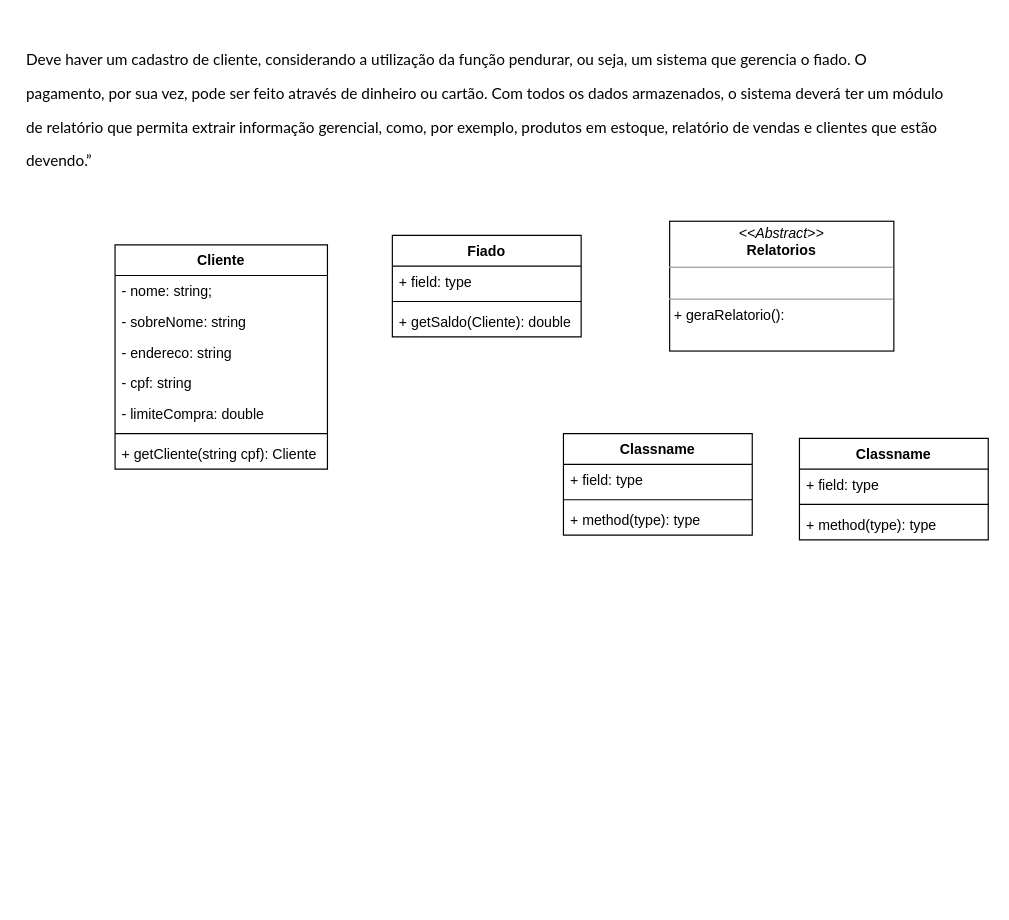
Earlier version of the draw.io diagram Untitled Diagram.drawio (EAbeier/diagramacasouso). Source tidied: cells renumbered, new cells numbered last; positions are measured from the earlier drawing's top-left corner, leaving out a move shared by most shapes. Both pictures are drawn from the tidied source at 118%, with x=0, y=0 at pixel (20, 32).
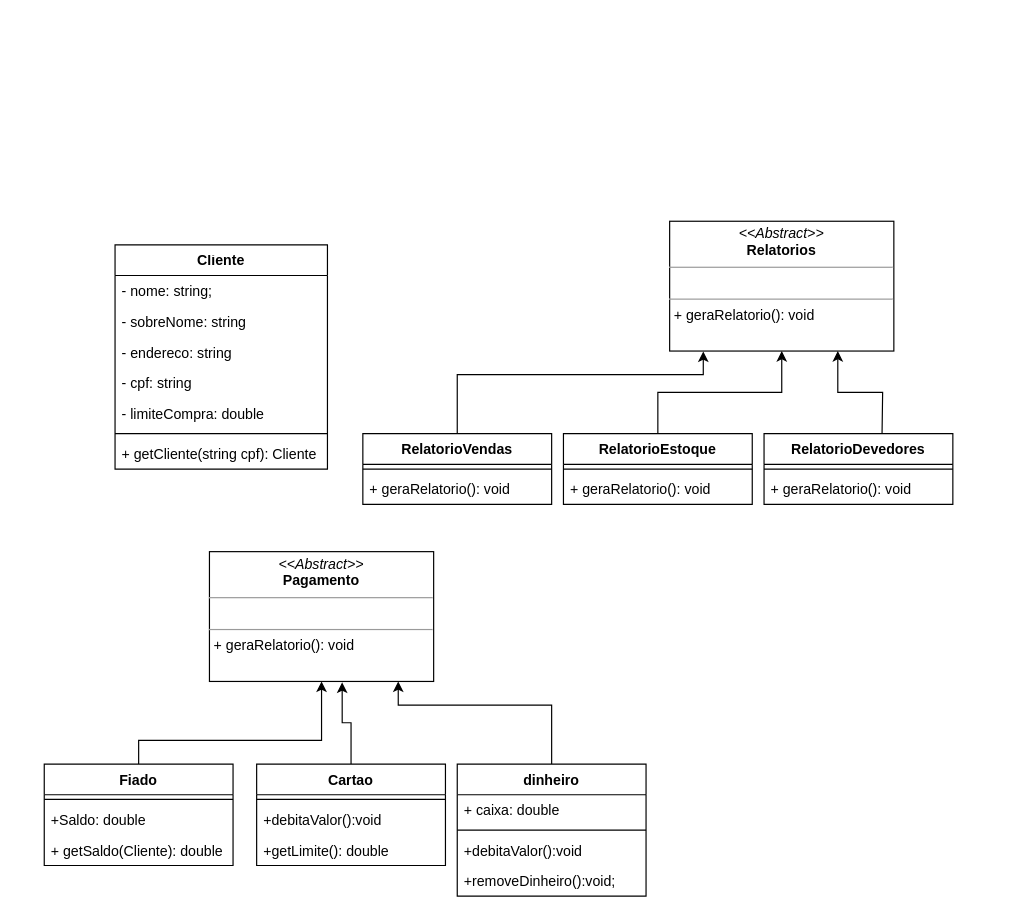
The same diagram, later.

Change to the diagram source:
```diff
@@
-    <mxCell id="10" value="&lt;h1&gt;&lt;span style=&quot;font-family: &amp;#34;lato&amp;#34; , sans-serif ; font-size: 13px ; font-weight: 400 ; text-align: justify ; background-color: rgb(255 , 255 , 255)&quot;&gt;Deve haver um cadastro de cliente, considerando a utilização da função pendurar, ou seja, um sistema que gerencia o fiado. O pagamento, por sua vez, pode ser feito através de dinheiro ou cartão. Com todos os dados armazenados, o sistema deverá ter um módulo de relatório que permita extrair informação gerencial, como, por exemplo, produtos em estoque, relatório de vendas e clientes que estão devendo.”&lt;/span&gt;&lt;br&gt;&lt;/h1&gt;" style="text;html=1;strokeColor=none;fillColor=none;spacing=5;spacingTop=-20;whiteSpace=wrap;overflow=hidden;rounded=0;" parent="1" vertex="1">
-      <mxGeometry width="790" height="120" as="geometry" />
-    </mxCell>
+    <mxCell id="24" style="edgeStyle=orthogonalEdgeStyle;rounded=0;jettySize=auto;html=1;entryX=0.5;entryY=1;entryDx=0;entryDy=0;" parent="1" edge="1" target="31">
+      <mxGeometry relative="1" as="geometry">
+        <mxPoint x="100" y="620" as="sourcePoint" />
+        <Array as="points">
+          <mxPoint x="100" y="600" />
+          <mxPoint x="255" y="600" />
+        </Array>
+      </mxGeometry>
+    </mxCell>
     <mxCell id="11" value="Fiado" style="swimlane;fontStyle=1;align=center;verticalAlign=top;horizontal=1;startSize=26;" parent="1" vertex="1">
-      <mxGeometry x="315" y="172" width="160" height="86" as="geometry" />
+      <mxGeometry x="20" y="620" width="160" height="86" as="geometry" />
     </mxCell>
+    <mxCell id="13" style="line;strokeWidth=1;fillColor=none;align=left;verticalAlign=middle;spacingTop=-1;spacingLeft=3;spacingRight=3;labelPosition=right;" parent="11" vertex="1">
+      <mxGeometry y="26" width="160" height="8" as="geometry" />
+    </mxCell>
-    <mxCell id="12" value="+ field: type" style="text;strokeColor=none;fillColor=none;align=left;verticalAlign=top;spacingLeft=4;spacingRight=4;overflow=hidden;" parent="11" vertex="1">
-      <mxGeometry y="26" width="160" height="26" as="geometry" />
+    <mxCell id="12" value="+Saldo: double" style="text;strokeColor=none;fillColor=none;align=left;verticalAlign=top;spacingLeft=4;spacingRight=4;overflow=hidden;" parent="11" vertex="1">
+      <mxGeometry y="34" width="160" height="26" as="geometry" />
     </mxCell>
-    <mxCell id="13" style="line;strokeWidth=1;fillColor=none;align=left;verticalAlign=middle;spacingTop=-1;spacingLeft=3;spacingRight=3;labelPosition=right;" parent="11" vertex="1">
-      <mxGeometry y="52" width="160" height="8" as="geometry" />
-    </mxCell>
@@
-    <mxCell id="15" value="&lt;p style=&quot;margin: 0px ; margin-top: 4px ; text-align: center&quot;&gt;&lt;i&gt;&amp;lt;&amp;lt;Abstract&amp;gt;&amp;gt;&lt;/i&gt;&lt;br&gt;&lt;b&gt;Relatorios&lt;/b&gt;&lt;/p&gt;&lt;hr size=&quot;1&quot;&gt;&lt;p style=&quot;margin: 0px ; margin-left: 4px&quot;&gt;&lt;br&gt;&lt;/p&gt;&lt;hr size=&quot;1&quot;&gt;&lt;p style=&quot;margin: 0px ; margin-left: 4px&quot;&gt;+ geraRelatorio():&amp;nbsp;&lt;br&gt;&lt;br&gt;&lt;/p&gt;" style="verticalAlign=top;align=left;overflow=fill;fontSize=12;fontFamily=Helvetica;html=1;" parent="1" vertex="1">
+    <mxCell id="15" value="&lt;p style=&quot;margin: 0px ; margin-top: 4px ; text-align: center&quot;&gt;&lt;i&gt;&amp;lt;&amp;lt;Abstract&amp;gt;&amp;gt;&lt;/i&gt;&lt;br&gt;&lt;b&gt;Relatorios&lt;/b&gt;&lt;/p&gt;&lt;hr size=&quot;1&quot;&gt;&lt;p style=&quot;margin: 0px ; margin-left: 4px&quot;&gt;&lt;br&gt;&lt;/p&gt;&lt;hr size=&quot;1&quot;&gt;&lt;p style=&quot;margin: 0px ; margin-left: 4px&quot;&gt;+ geraRelatorio(): void&lt;br&gt;&lt;br&gt;&lt;/p&gt;" style="verticalAlign=top;align=left;overflow=fill;fontSize=12;fontFamily=Helvetica;html=1;" parent="1" vertex="1">
       <mxGeometry x="550" y="160" width="190" height="110" as="geometry" />
     </mxCell>
+    <mxCell id="25" style="edgeStyle=orthogonalEdgeStyle;rounded=0;jettySize=auto;html=1;entryX=0.75;entryY=1;entryDx=0;entryDy=0;" parent="1" edge="1" target="15">
+      <mxGeometry relative="1" as="geometry">
+        <mxPoint x="730" y="340" as="sourcePoint" />
+      </mxGeometry>
+    </mxCell>
-    <mxCell id="16" value="Classname" style="swimlane;fontStyle=1;align=center;verticalAlign=top;horizontal=1;startSize=26;" parent="1" vertex="1">
-      <mxGeometry x="660" y="344" width="160" height="86" as="geometry" />
+    <mxCell id="16" value="RelatorioDevedores" style="swimlane;fontStyle=1;align=center;verticalAlign=top;horizontal=1;startSize=26;" parent="1" vertex="1">
+      <mxGeometry x="630" y="340" width="160" height="60" as="geometry" />
     </mxCell>
-    <mxCell id="17" value="+ field: type" style="text;strokeColor=none;fillColor=none;align=left;verticalAlign=top;spacingLeft=4;spacingRight=4;overflow=hidden;" parent="16" vertex="1">
-      <mxGeometry y="26" width="160" height="26" as="geometry" />
-    </mxCell>
     <mxCell id="18" style="line;strokeWidth=1;fillColor=none;align=left;verticalAlign=middle;spacingTop=-1;spacingLeft=3;spacingRight=3;labelPosition=right;" parent="16" vertex="1">
-      <mxGeometry y="52" width="160" height="8" as="geometry" />
+      <mxGeometry y="26" width="160" height="8" as="geometry" />
     </mxCell>
-    <mxCell id="19" value="+ method(type): type" style="text;strokeColor=none;fillColor=none;align=left;verticalAlign=top;spacingLeft=4;spacingRight=4;overflow=hidden;" parent="16" vertex="1">
-      <mxGeometry y="60" width="160" height="26" as="geometry" />
+    <mxCell id="19" value="+ geraRelatorio(): void" style="text;strokeColor=none;fillColor=none;align=left;verticalAlign=top;spacingLeft=4;spacingRight=4;overflow=hidden;" parent="16" vertex="1">
+      <mxGeometry y="34" width="160" height="26" as="geometry" />
     </mxCell>
+    <mxCell id="26" style="edgeStyle=orthogonalEdgeStyle;rounded=0;jettySize=auto;html=1;entryX=0.5;entryY=1;entryDx=0;entryDy=0;" parent="1" edge="1" source="20" target="15">
+      <mxGeometry relative="1" as="geometry" />
+    </mxCell>
-    <mxCell id="20" value="Classname" style="swimlane;fontStyle=1;align=center;verticalAlign=top;horizontal=1;startSize=26;" parent="1" vertex="1">
-      <mxGeometry x="460" y="340" width="160" height="86" as="geometry" />
+    <mxCell id="20" value="RelatorioEstoque" style="swimlane;fontStyle=1;align=center;verticalAlign=top;horizontal=1;startSize=26;" parent="1" vertex="1">
+      <mxGeometry x="460" y="340" width="160" height="60" as="geometry" />
     </mxCell>
-    <mxCell id="21" value="+ field: type" style="text;strokeColor=none;fillColor=none;align=left;verticalAlign=top;spacingLeft=4;spacingRight=4;overflow=hidden;" parent="20" vertex="1">
-      <mxGeometry y="26" width="160" height="26" as="geometry" />
-    </mxCell>
     <mxCell id="22" style="line;strokeWidth=1;fillColor=none;align=left;verticalAlign=middle;spacingTop=-1;spacingLeft=3;spacingRight=3;labelPosition=right;" parent="20" vertex="1">
-      <mxGeometry y="52" width="160" height="8" as="geometry" />
+      <mxGeometry y="26" width="160" height="8" as="geometry" />
     </mxCell>
-    <mxCell id="23" value="+ method(type): type" style="text;strokeColor=none;fillColor=none;align=left;verticalAlign=top;spacingLeft=4;spacingRight=4;overflow=hidden;" parent="20" vertex="1">
-      <mxGeometry y="60" width="160" height="26" as="geometry" />
+    <mxCell id="23" value="+ geraRelatorio(): void" style="text;strokeColor=none;fillColor=none;align=left;verticalAlign=top;spacingLeft=4;spacingRight=4;overflow=hidden;" parent="20" vertex="1">
+      <mxGeometry y="34" width="160" height="26" as="geometry" />
     </mxCell>
+    <mxCell id="27" style="edgeStyle=orthogonalEdgeStyle;rounded=0;jettySize=auto;html=1;entryX=0.15;entryY=1.003;entryDx=0;entryDy=0;entryPerimeter=0;" parent="1" edge="1" source="28" target="15">
+      <mxGeometry relative="1" as="geometry">
+        <Array as="points">
+          <mxPoint x="370" y="290" />
+          <mxPoint x="578" y="290" />
+        </Array>
+      </mxGeometry>
+    </mxCell>
+    <mxCell id="28" value="RelatorioVendas" style="swimlane;fontStyle=1;align=center;verticalAlign=top;horizontal=1;startSize=26;" parent="1" vertex="1">
+      <mxGeometry x="290" y="340" width="160" height="60" as="geometry" />
+    </mxCell>
+    <mxCell id="29" style="line;strokeWidth=1;fillColor=none;align=left;verticalAlign=middle;spacingTop=-1;spacingLeft=3;spacingRight=3;labelPosition=right;" parent="28" vertex="1">
+      <mxGeometry y="26" width="160" height="8" as="geometry" />
+    </mxCell>
+    <mxCell id="30" value="+ geraRelatorio(): void" style="text;strokeColor=none;fillColor=none;align=left;verticalAlign=top;spacingLeft=4;spacingRight=4;overflow=hidden;" parent="28" vertex="1">
+      <mxGeometry y="34" width="160" height="26" as="geometry" />
+    </mxCell>
+    <mxCell id="31" value="&lt;p style=&quot;margin: 0px ; margin-top: 4px ; text-align: center&quot;&gt;&lt;i&gt;&amp;lt;&amp;lt;Abstract&amp;gt;&amp;gt;&lt;/i&gt;&lt;br&gt;&lt;b&gt;Pagamento&lt;/b&gt;&lt;/p&gt;&lt;hr size=&quot;1&quot;&gt;&lt;p style=&quot;margin: 0px ; margin-left: 4px&quot;&gt;&lt;br&gt;&lt;/p&gt;&lt;hr size=&quot;1&quot;&gt;&lt;p style=&quot;margin: 0px ; margin-left: 4px&quot;&gt;+ geraRelatorio(): void&lt;br&gt;&lt;br&gt;&lt;/p&gt;" style="verticalAlign=top;align=left;overflow=fill;fontSize=12;fontFamily=Helvetica;html=1;" parent="1" vertex="1">
+      <mxGeometry x="160" y="440" width="190" height="110" as="geometry" />
+    </mxCell>
+    <mxCell id="32" style="edgeStyle=orthogonalEdgeStyle;rounded=0;jettySize=auto;html=1;entryX=0.592;entryY=1.007;entryDx=0;entryDy=0;entryPerimeter=0;" parent="1" edge="1" source="33" target="31">
+      <mxGeometry relative="1" as="geometry" />
+    </mxCell>
+    <mxCell id="33" value="Cartao" style="swimlane;fontStyle=1;align=center;verticalAlign=top;horizontal=1;startSize=26;" parent="1" vertex="1">
+      <mxGeometry x="200" y="620" width="160" height="86" as="geometry" />
+    </mxCell>
+    <mxCell id="34" style="line;strokeWidth=1;fillColor=none;align=left;verticalAlign=middle;spacingTop=-1;spacingLeft=3;spacingRight=3;labelPosition=right;" parent="33" vertex="1">
+      <mxGeometry y="26" width="160" height="8" as="geometry" />
+    </mxCell>
+    <mxCell id="35" value="+debitaValor():void" style="text;strokeColor=none;fillColor=none;align=left;verticalAlign=top;spacingLeft=4;spacingRight=4;overflow=hidden;" parent="33" vertex="1">
+      <mxGeometry y="34" width="160" height="26" as="geometry" />
+    </mxCell>
+    <mxCell id="36" value="+getLimite(): double" style="text;strokeColor=none;fillColor=none;align=left;verticalAlign=top;spacingLeft=4;spacingRight=4;overflow=hidden;" parent="33" vertex="1">
+      <mxGeometry y="60" width="160" height="26" as="geometry" />
+    </mxCell>
+    <mxCell id="37" style="edgeStyle=orthogonalEdgeStyle;rounded=0;jettySize=auto;html=1;entryX=0.842;entryY=1;entryDx=0;entryDy=0;entryPerimeter=0;" parent="1" edge="1" source="38" target="31">
+      <mxGeometry relative="1" as="geometry">
+        <Array as="points">
+          <mxPoint x="450" y="570" />
+          <mxPoint x="320" y="570" />
+        </Array>
+      </mxGeometry>
+    </mxCell>
+    <mxCell id="38" value="dinheiro" style="swimlane;fontStyle=1;align=center;verticalAlign=top;horizontal=1;startSize=26;" parent="1" vertex="1">
+      <mxGeometry x="370" y="620" width="160" height="112" as="geometry" />
+    </mxCell>
+    <mxCell id="39" value="+ caixa: double" style="text;strokeColor=none;fillColor=none;align=left;verticalAlign=top;spacingLeft=4;spacingRight=4;overflow=hidden;" parent="38" vertex="1">
+      <mxGeometry y="26" width="160" height="26" as="geometry" />
+    </mxCell>
+    <mxCell id="40" style="line;strokeWidth=1;fillColor=none;align=left;verticalAlign=middle;spacingTop=-1;spacingLeft=3;spacingRight=3;labelPosition=right;" parent="38" vertex="1">
+      <mxGeometry y="52" width="160" height="8" as="geometry" />
+    </mxCell>
+    <mxCell id="41" value="+debitaValor():void" style="text;strokeColor=none;fillColor=none;align=left;verticalAlign=top;spacingLeft=4;spacingRight=4;overflow=hidden;" parent="38" vertex="1">
+      <mxGeometry y="60" width="160" height="26" as="geometry" />
+    </mxCell>
+    <mxCell id="42" value="+removeDinheiro():void;" style="text;strokeColor=none;fillColor=none;align=left;verticalAlign=top;spacingLeft=4;spacingRight=4;overflow=hidden;" parent="38" vertex="1">
+      <mxGeometry y="86" width="160" height="26" as="geometry" />
+    </mxCell>
```
